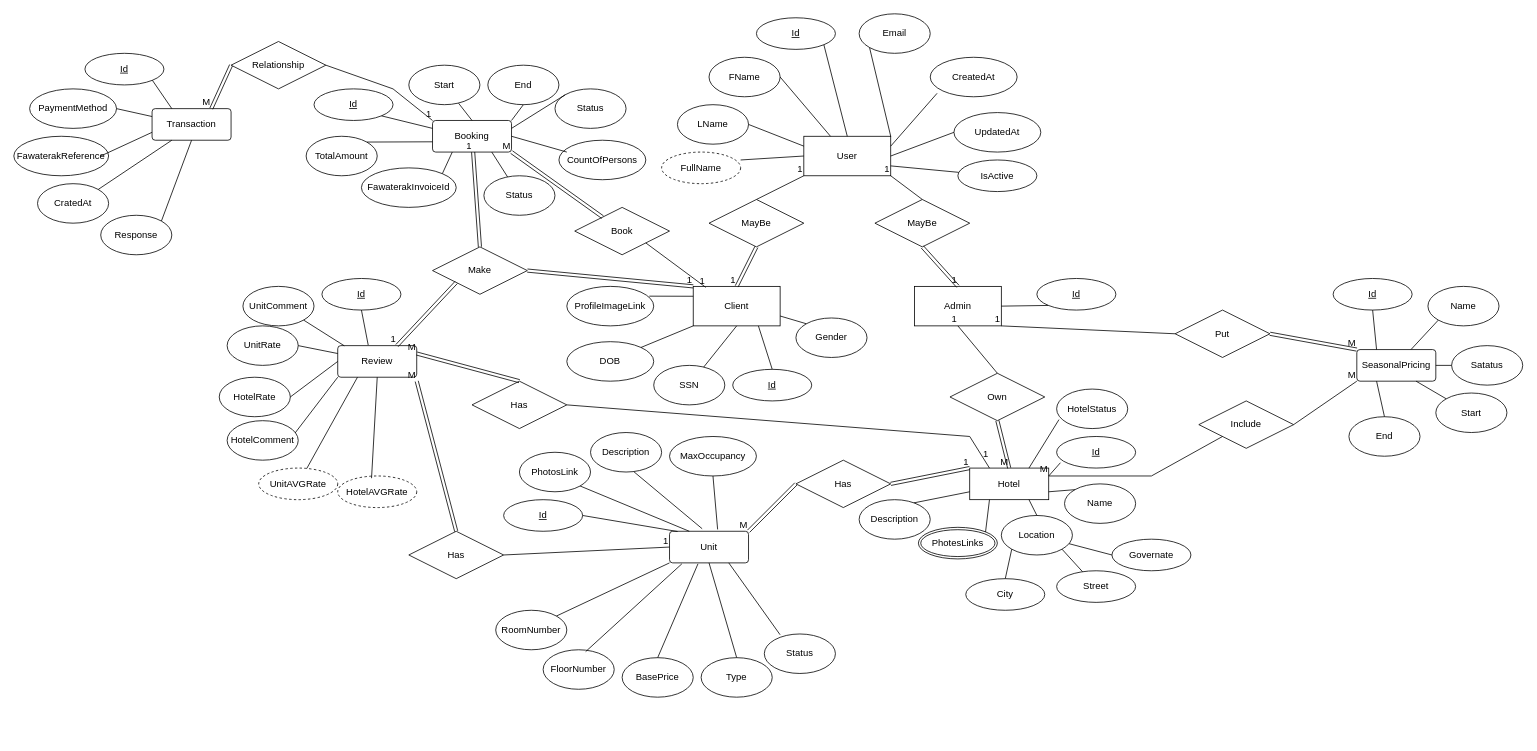
Earlier version of the draw.io diagram ERD.drawio (omargomah/HotelPlatform). Source tidied: cells renumbered, new cells numbered last; positions are measured from the earlier drawing's top-left corner, leaving out a move shared by most shapes. Both pictures are drawn from the tidied source at 79%, with x=0, y=0 at pixel (13, 13).
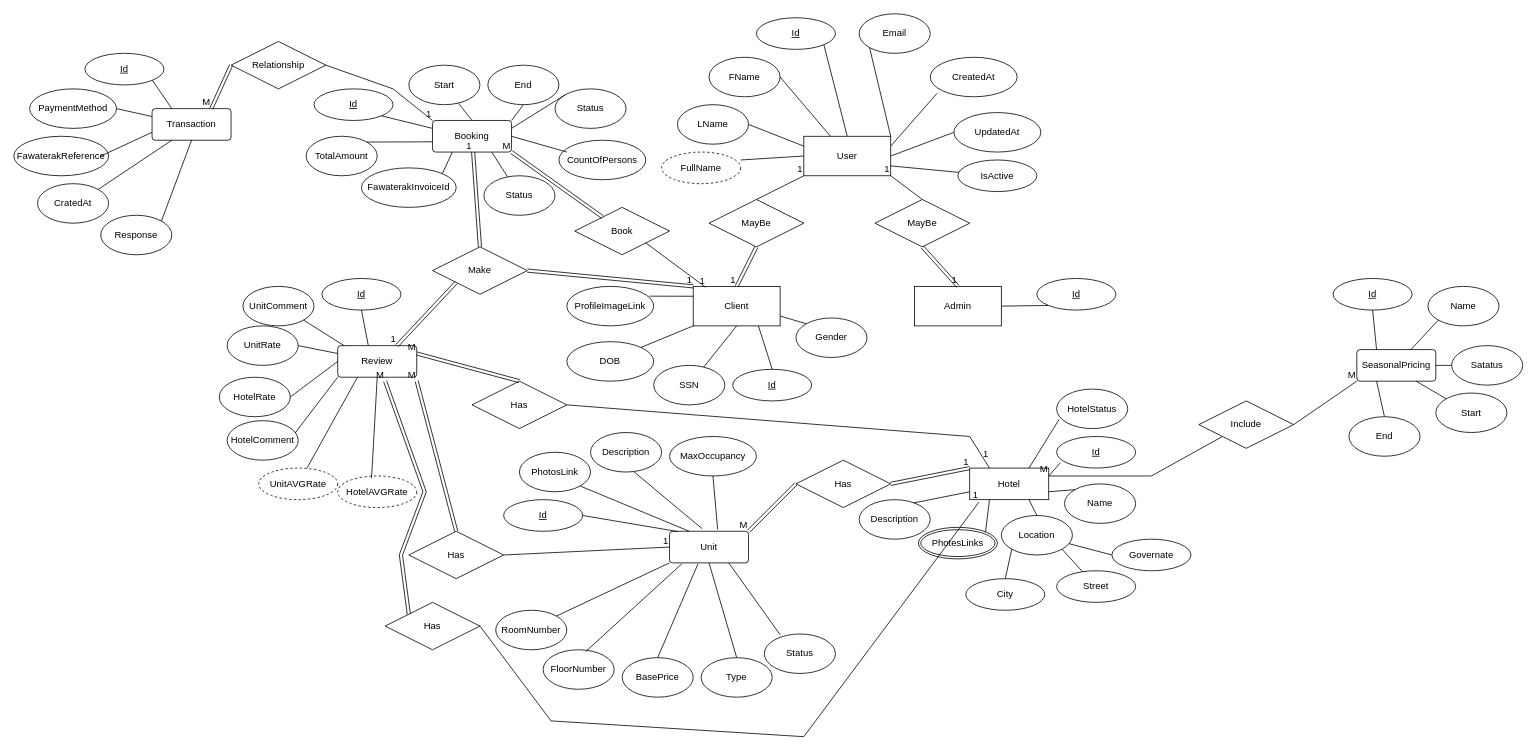
The same diagram, later.

Unchanged cells that the change refers to:
```xml
<mxCell id="4" value="Admin" style="whiteSpace=wrap;html=1;" parent="1" vertex="1">
  <mxGeometry x="1140" y="345" width="110" height="50" as="geometry" />
</mxCell>
<mxCell id="37" value="Hotel" style="whiteSpace=wrap;html=1;align=center;" parent="1" vertex="1">
  <mxGeometry x="1210" y="575" width="100" height="40" as="geometry" />
</mxCell>
<mxCell id="92" value="Review" style="rounded=1;arcSize=10;whiteSpace=wrap;html=1;align=center;" parent="1" vertex="1">
  <mxGeometry x="410" y="420" width="100" height="40" as="geometry" />
</mxCell>
<mxCell id="134" value="SeasonalPricing" style="rounded=1;arcSize=10;whiteSpace=wrap;html=1;align=center;" parent="1" vertex="1">
  <mxGeometry x="1700" y="425" width="100" height="40" as="geometry" />
</mxCell>
```

The edit, as a diff of the source:
```diff
@@
-    <mxCell id="38" value="Own" style="shape=rhombus;perimeter=rhombusPerimeter;whiteSpace=wrap;html=1;align=center;" parent="1" vertex="1">
-      <mxGeometry x="1185" y="455" width="120" height="60" as="geometry" />
-    </mxCell>
-    <mxCell id="39" style="endArrow=none;html=1;rounded=0;entryX=0.5;entryY=1;entryDx=0;entryDy=0;exitX=0.5;exitY=0;exitDx=0;exitDy=0;" parent="1" edge="1" source="38" target="4">
-      <mxGeometry relative="1" as="geometry" />
-    </mxCell>
-    <mxCell id="40" value="1" style="html=1;whiteSpace=wrap;align=right;verticalAlign=bottom;" parent="39" vertex="1">
-      <mxGeometry x="1" relative="1" as="geometry" />
-    </mxCell>
-    <mxCell id="41" style="shape=link;html=1;rounded=0;entryX=0.5;entryY=0;entryDx=0;entryDy=0;exitX=0.5;exitY=1;exitDx=0;exitDy=0;" parent="1" edge="1" source="38" target="37">
-      <mxGeometry relative="1" as="geometry" />
-    </mxCell>
-    <mxCell id="42" value="M" style="html=1;whiteSpace=wrap;align=right;verticalAlign=bottom;" parent="41" vertex="1">
-      <mxGeometry x="1" relative="1" as="geometry" />
-    </mxCell>
@@
-    <mxCell id="140" value="Put" style="shape=rhombus;perimeter=rhombusPerimeter;whiteSpace=wrap;html=1;align=center;" parent="1" vertex="1">
-      <mxGeometry x="1470" y="375" width="120" height="60" as="geometry" />
-    </mxCell>
-    <mxCell id="141" style="shape=link;html=1;rounded=0;entryX=0;entryY=0;entryDx=0;entryDy=0;exitX=1;exitY=0.5;exitDx=0;exitDy=0;" parent="1" edge="1" source="140" target="134">
-      <mxGeometry relative="1" as="geometry" />
-    </mxCell>
-    <mxCell id="142" value="M" style="html=1;whiteSpace=wrap;align=right;verticalAlign=bottom;" parent="141" vertex="1">
-      <mxGeometry x="1" relative="1" as="geometry" />
-    </mxCell>
-    <mxCell id="143" style="endArrow=none;html=1;rounded=0;entryX=1;entryY=1;entryDx=0;entryDy=0;exitX=0;exitY=0.5;exitDx=0;exitDy=0;" parent="1" edge="1" source="140" target="4">
-      <mxGeometry relative="1" as="geometry" />
-    </mxCell>
-    <mxCell id="144" value="1" style="html=1;whiteSpace=wrap;align=right;verticalAlign=bottom;" parent="143" vertex="1">
-      <mxGeometry x="1" relative="1" as="geometry" />
-    </mxCell>
@@
+    <mxCell id="183" value="Has" style="shape=rhombus;perimeter=rhombusPerimeter;whiteSpace=wrap;html=1;align=center;" parent="1" vertex="1">
+      <mxGeometry x="470" y="745" width="120" height="60" as="geometry" />
+    </mxCell>
+    <mxCell id="184" style="endArrow=none;html=1;rounded=0;entryX=0.117;entryY=1.075;entryDx=0;entryDy=0;exitX=1;exitY=0.5;exitDx=0;exitDy=0;entryPerimeter=0;" parent="1" edge="1" source="183" target="37">
+      <mxGeometry relative="1" as="geometry">
+        <Array as="points">
+          <mxPoint x="680" y="895" />
+          <mxPoint x="1000" y="915" />
+        </Array>
+      </mxGeometry>
+    </mxCell>
+    <mxCell id="185" value="1" style="html=1;whiteSpace=wrap;align=right;verticalAlign=bottom;" parent="184" vertex="1">
+      <mxGeometry x="1" relative="1" as="geometry" />
+    </mxCell>
+    <mxCell id="186" style="shape=link;html=1;rounded=0;exitX=0;exitY=0;exitDx=0;exitDy=0;entryX=0.6;entryY=1.125;entryDx=0;entryDy=0;entryPerimeter=0;" parent="1" edge="1" source="183" target="92">
+      <mxGeometry relative="1" as="geometry">
+        <Array as="points">
+          <mxPoint x="490" y="685" />
+          <mxPoint x="520" y="605" />
+        </Array>
+      </mxGeometry>
+    </mxCell>
+    <mxCell id="187" value="M" style="html=1;whiteSpace=wrap;align=right;verticalAlign=bottom;" parent="186" vertex="1">
+      <mxGeometry x="1" relative="1" as="geometry" />
+    </mxCell>
```
